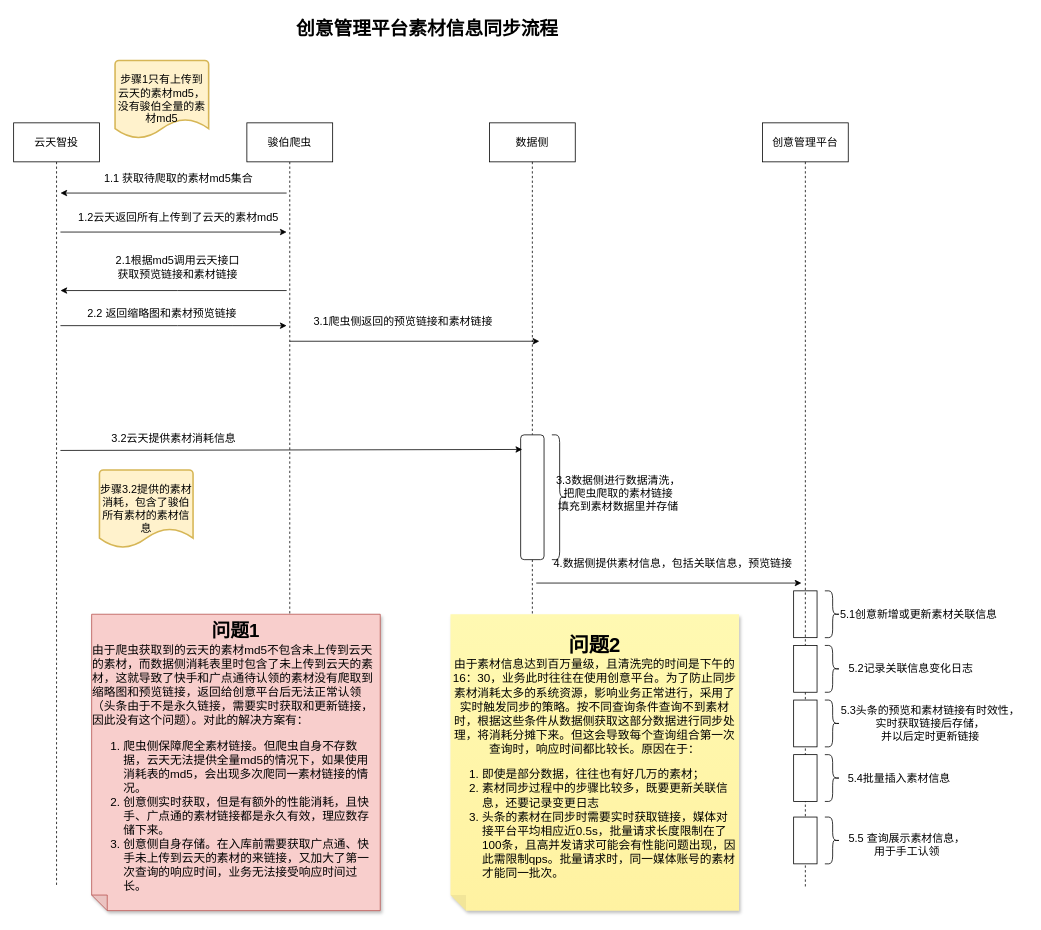
Willhow-Gao/drawIOStore keeps this draw.io diagram as 创意素材手工认领.drawio. Above is the earlier version. Source tidied: cells renumbered, new cells numbered last; positions are measured from the earlier drawing's top-left corner, leaving out a move shared by most shapes. Both pictures are drawn from the tidied source at 78%, with x=0, y=0 at pixel (13, 13).
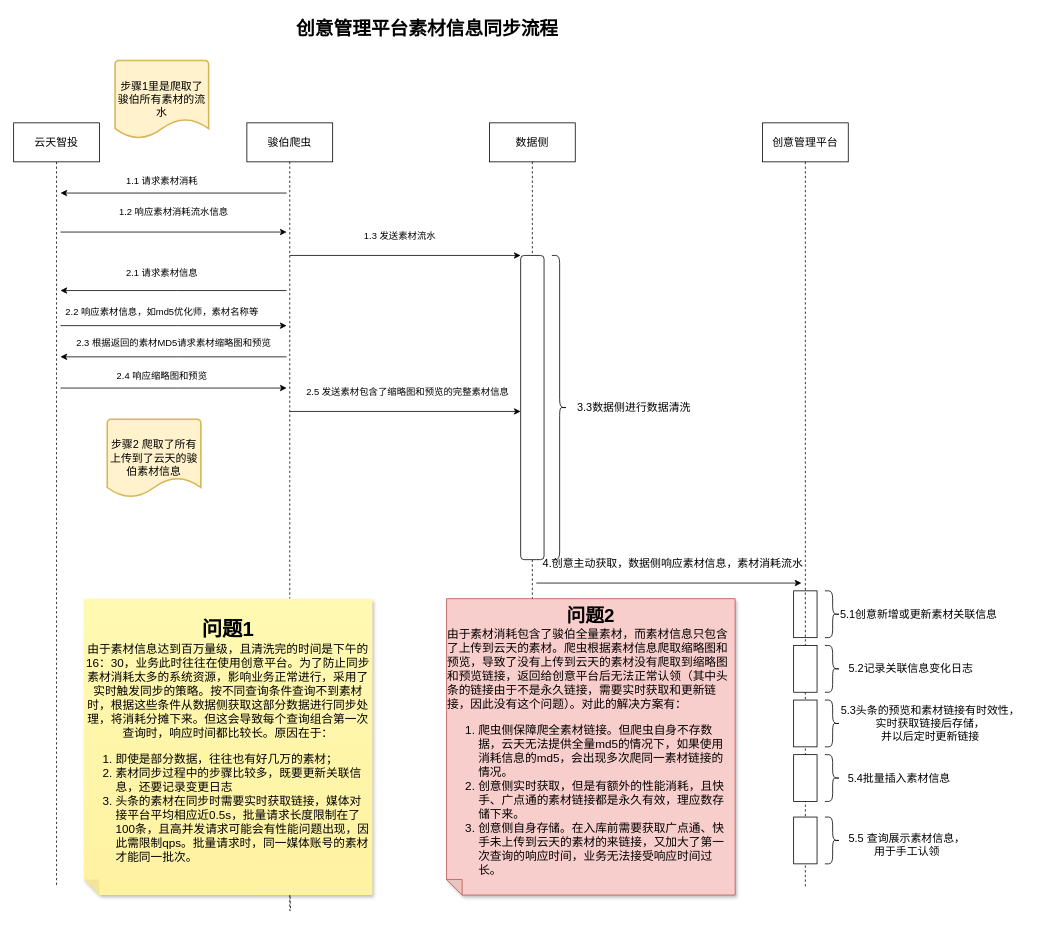
After the change.

Commit message:
更新创意素材手工认领.drawio

Unchanged cells that the change refers to:
```xml
<mxCell id="5" value="&lt;font style=&quot;font-size: 14px;&quot;&gt;骏伯爬虫&lt;/font&gt;" style="rounded=0;whiteSpace=wrap;html=1;" parent="1" vertex="1">
  <mxGeometry x="299" y="140" width="110" height="50" as="geometry" />
</mxCell>
<mxCell id="10" style="endArrow=classic;html=1;rounded=0;" parent="1" edge="1">
  <mxGeometry relative="1" as="geometry">
    <mxPoint x="60" y="280" as="sourcePoint" />
    <mxPoint x="350" y="280" as="targetPoint" />
  </mxGeometry>
</mxCell>
<mxCell id="45" style="endArrow=none;html=1;rounded=0;startArrow=classic;startFill=1;endFill=0;" parent="1" edge="1">
  <mxGeometry relative="1" as="geometry">
    <mxPoint x="60" y="230" as="sourcePoint" />
    <mxPoint x="350" y="230" as="targetPoint" />
  </mxGeometry>
</mxCell>
```

Change to the diagram source:
```diff
@@
-    <mxCell id="4" style="edgeStyle=orthogonalEdgeStyle;rounded=0;jettySize=auto;html=1;dashed=1;endArrow=none;endFill=0;" parent="1" edge="1" source="5">
+    <mxCell id="4" style="edgeStyle=orthogonalEdgeStyle;rounded=0;jettySize=auto;html=1;dashed=1;endArrow=none;endFill=0;" parent="1" edge="1" source="43">
       <mxGeometry relative="1" as="geometry">
         <mxPoint x="354" y="1120" as="targetPoint" />
+        <Array as="points">
+          <mxPoint x="354" y="1150" />
+          <mxPoint x="355" y="1150" />
+        </Array>
       </mxGeometry>
     </mxCell>
@@
-    <mxCell id="11" value="&lt;font style=&quot;font-size: 14px;&quot;&gt;1.2云天返回所有上传到了云天的素材md5&lt;/font&gt;" style="edgeLabel;html=1;align=center;verticalAlign=middle;" parent="10" vertex="1">
-      <mxGeometry x="-0.33" y="-1" relative="1" as="geometry">
-        <mxPoint x="53" y="-21" as="offset" />
-      </mxGeometry>
-    </mxCell>
@@
-    <mxCell id="13" value="&lt;font style=&quot;font-size: 14px;&quot;&gt;2.1根据md5调用云天接口&lt;br&gt;获取预览链接和素材链接&lt;/font&gt;" style="text;html=1;align=center;verticalAlign=middle;strokeColor=none;fillColor=none;" parent="1" vertex="1">
-      <mxGeometry x="120" y="300" width="180" height="50" as="geometry" />
-    </mxCell>
-    <mxCell id="14" style="endArrow=classic;html=1;rounded=0;" parent="1" edge="1">
-      <mxGeometry relative="1" as="geometry">
-        <mxPoint x="354" y="420" as="sourcePoint" />
-        <mxPoint x="674" y="420" as="targetPoint" />
-      </mxGeometry>
-    </mxCell>
-    <mxCell id="15" value="&lt;font style=&quot;font-size: 14px;&quot;&gt;3.1爬虫侧返回的预览链接和素材链接&lt;/font&gt;" style="text;html=1;align=center;verticalAlign=middle;strokeColor=none;fillColor=none;" parent="1" vertex="1">
-      <mxGeometry x="374" y="380" width="250" height="30" as="geometry" />
-    </mxCell>
@@
     <mxCell id="17" style="rounded=1;whiteSpace=wrap;html=1;" parent="1" vertex="1">
-      <mxGeometry x="650" y="540" width="30" height="160" as="geometry" />
+      <mxGeometry x="650" y="310" width="30" height="390" as="geometry" />
     </mxCell>
     <mxCell id="18" style="shape=curlyBracket;whiteSpace=wrap;html=1;rounded=1;flipH=1;labelPosition=right;verticalLabelPosition=middle;align=left;verticalAlign=middle;" parent="1" vertex="1">
-      <mxGeometry x="690" y="540" width="20" height="160" as="geometry" />
+      <mxGeometry x="690" y="310" width="20" height="390" as="geometry" />
     </mxCell>
-    <mxCell id="19" value="&lt;font style=&quot;font-size: 14px;&quot;&gt;3.3数据侧进行数据清洗，&lt;br&gt;把爬虫爬取的素材链接&lt;br&gt;填充到素材数据里并存储&lt;/font&gt;" style="text;html=1;align=center;verticalAlign=middle;strokeColor=none;fillColor=none;" parent="1" vertex="1">
-      <mxGeometry x="685" y="585" width="180" height="60" as="geometry" />
+    <mxCell id="19" value="&lt;font style=&quot;font-size: 14px;&quot;&gt;3.3数据侧进行数据清洗&lt;/font&gt;" style="text;html=1;align=center;verticalAlign=middle;strokeColor=none;fillColor=none;" parent="1" vertex="1">
+      <mxGeometry x="710" y="490" width="170" height="30" as="geometry" />
     </mxCell>
-    <mxCell id="20" style="endArrow=none;html=1;rounded=0;startArrow=classic;startFill=1;endFill=0;exitX=0.067;exitY=0.117;exitDx=0;exitDy=0;exitPerimeter=0;" parent="1" edge="1" source="17">
-      <mxGeometry relative="1" as="geometry">
-        <mxPoint x="60" y="560" as="targetPoint" />
-      </mxGeometry>
-    </mxCell>
-    <mxCell id="21" value="&lt;font style=&quot;font-size: 14px;&quot;&gt;3.2云天提供素材消耗信息&lt;/font&gt;" style="text;html=1;align=center;verticalAlign=middle;strokeColor=none;fillColor=none;" parent="1" vertex="1">
-      <mxGeometry x="115" y="530" width="180" height="30" as="geometry" />
-    </mxCell>
@@
-    <mxCell id="23" value="&lt;font style=&quot;font-size: 14px;&quot;&gt;4.数据侧提供素材信息，包括关联信息，预览链接&lt;/font&gt;" style="text;html=1;align=center;verticalAlign=middle;strokeColor=none;fillColor=none;" parent="1" vertex="1">
-      <mxGeometry x="680" y="690" width="330" height="30" as="geometry" />
+    <mxCell id="23" value="&lt;font style=&quot;font-size: 14px;&quot;&gt;4.创意主动获取，数据侧响应素材信息，素材消耗流水&lt;/font&gt;" style="text;html=1;align=center;verticalAlign=middle;strokeColor=none;fillColor=none;" parent="1" vertex="1">
+      <mxGeometry x="665" y="690" width="360" height="30" as="geometry" />
     </mxCell>
-    <mxCell id="24" value="&lt;font style=&quot;font-size: 14px;&quot;&gt;步骤1只有上传到云天的素材md5，没有骏伯全量的素材md5&lt;/font&gt;" style="strokeWidth=2;html=1;shape=mxgraph.flowchart.document2;whiteSpace=wrap;size=0.25;fillColor=#fff2cc;strokeColor=#d6b656;" parent="1" vertex="1">
+    <mxCell id="24" value="&lt;font style=&quot;font-size: 14px;&quot;&gt;步骤1里是爬取了骏伯所有素材的流水&lt;/font&gt;" style="strokeWidth=2;html=1;shape=mxgraph.flowchart.document2;whiteSpace=wrap;size=0.25;fillColor=#fff2cc;strokeColor=#d6b656;" parent="1" vertex="1">
       <mxGeometry x="130" y="60" width="120" height="100" as="geometry" />
     </mxCell>
-    <mxCell id="25" value="&lt;font style=&quot;font-size: 14px;&quot;&gt;步骤3.2提供的素材消耗，包含了骏伯所有素材的素材信息&lt;/font&gt;" style="strokeWidth=2;html=1;shape=mxgraph.flowchart.document2;whiteSpace=wrap;size=0.25;fillColor=#fff2cc;strokeColor=#d6b656;" parent="1" vertex="1">
-      <mxGeometry x="110" y="585" width="120" height="100" as="geometry" />
+    <mxCell id="25" value="&lt;font style=&quot;font-size: 14px;&quot;&gt;步骤2 爬取了所有上传到了云天的骏伯素材信息&lt;/font&gt;" style="strokeWidth=2;html=1;shape=mxgraph.flowchart.document2;whiteSpace=wrap;size=0.25;fillColor=#fff2cc;strokeColor=#d6b656;" parent="1" vertex="1">
+      <mxGeometry x="120" y="520" width="120" height="100" as="geometry" />
     </mxCell>
@@
-    <mxCell id="43" value="&lt;div style=&quot;border-color: var(--border-color);&quot;&gt;&lt;b style=&quot;border-color: var(--border-color);&quot;&gt;&lt;font style=&quot;border-color: var(--border-color); font-size: 26px;&quot;&gt;问题2&lt;/font&gt;&lt;/b&gt;&lt;/div&gt;&lt;font style=&quot;border-color: var(--border-color); text-align: left; font-size: 15px;&quot;&gt;由于素材信息达到百万量级，且清洗完的时间是下午的16：30，业务此时往往在使用创意平台。为了防止同步素材消耗太多的系统资源，影响业务正常进行，采用了实时触发同步的策略。按不同查询条件查询不到素材时，根据这些条件从数据侧获取这部分数据进行同步处理，将消耗分摊下来。但这会导致每个查询组合第一次查询时，响应时间都比较长。原因在于：&lt;br style=&quot;border-color: var(--border-color);&quot;&gt;&lt;/font&gt;&lt;ol style=&quot;border-color: var(--border-color); text-align: left; font-size: 15px;&quot;&gt;&lt;li style=&quot;border-color: var(--border-color);&quot;&gt;&lt;font style=&quot;border-color: var(--border-color);&quot;&gt;即使是部分数据，往往也有好几万的素材；&lt;br style=&quot;border-color: var(--border-color);&quot;&gt;&lt;/font&gt;&lt;/li&gt;&lt;li style=&quot;border-color: var(--border-color);&quot;&gt;&lt;font style=&quot;border-color: var(--border-color);&quot;&gt;素材同步过程中的步骤比较多，既要更新关联信息，还要记录变更日志&lt;/font&gt;&lt;/li&gt;&lt;li style=&quot;border-color: var(--border-color);&quot;&gt;&lt;font style=&quot;border-color: var(--border-color);&quot;&gt;头条的素材在同步时需要实时获取链接，媒体对接平台平均相应近0.5s，批量请求长度限制在了100条，且高并发请求可能会有性能问题出现，因此需限制qps。批量请求时，同一媒体账号的素材才能同一批次。&lt;/font&gt;&lt;/li&gt;&lt;/ol&gt;" style="shape=note;whiteSpace=wrap;html=1;backgroundOutline=1;fontColor=#000000;darkOpacity=0.05;fillColor=#FFF9B2;strokeColor=none;fillStyle=solid;direction=west;gradientDirection=north;gradientColor=#FFF2A1;shadow=1;size=20;" parent="1" vertex="1">
-      <mxGeometry x="560" y="770" width="370" height="380" as="geometry" />
-    </mxCell>
-    <mxCell id="44" value="&lt;div style=&quot;border-color: var(--border-color);&quot;&gt;&lt;font style=&quot;border-color: var(--border-color);&quot;&gt;&lt;b style=&quot;border-color: var(--border-color); font-size: 24px;&quot;&gt;问题1&lt;/b&gt;&lt;/font&gt;&lt;br style=&quot;border-color: var(--border-color);&quot;&gt;&lt;div style=&quot;border-color: var(--border-color); text-align: left; font-size: 15px;&quot;&gt;由于爬虫获取到的云天的素材md5不包含未上传到云天的素材，而数据侧消耗表里时包含了未上传到云天的素材，这就导致了快手和广点通待认领的素材没有爬取到缩略图和预览链接，返回给创意平台后无法正常认领（头条由于不是永久链接，需要实时获取和更新链接，因此没有这个问题）。对此的解决方案有：&lt;/div&gt;&lt;div style=&quot;border-color: var(--border-color); text-align: left; font-size: 15px;&quot;&gt;&lt;ol style=&quot;border-color: var(--border-color);&quot;&gt;&lt;li style=&quot;border-color: var(--border-color);&quot;&gt;爬虫侧保障爬全素材链接。但爬虫自身不存数据，云天无法提供全量md5的情况下，如果使用消耗表的md5，会出现多次爬同一素材链接的情况。&lt;/li&gt;&lt;li style=&quot;border-color: var(--border-color);&quot;&gt;&lt;span style=&quot;border-color: var(--border-color); background-color: initial;&quot;&gt;创意侧实时获取，但是有额外的性能消耗，且快手、广点通的素材链接都是永久有效，理应数存储下来。&lt;/span&gt;&lt;/li&gt;&lt;li style=&quot;border-color: var(--border-color);&quot;&gt;&lt;span style=&quot;border-color: var(--border-color); background-color: initial;&quot;&gt;创意侧自身存储。在入库前需要获取广点通、快手未上传到云天的素材的来链接，又加大了第一次查询的响应时间，业务无法接受响应时间过长。&lt;/span&gt;&lt;/li&gt;&lt;/ol&gt;&lt;/div&gt;&lt;/div&gt;" style="shape=note;whiteSpace=wrap;html=1;backgroundOutline=1;darkOpacity=0.05;fillColor=#f8cecc;strokeColor=#b85450;fillStyle=solid;direction=west;gradientDirection=north;shadow=1;size=20;" parent="1" vertex="1">
-      <mxGeometry x="100" y="770" width="370" height="380" as="geometry" />
+    <mxCell id="44" value="&lt;div style=&quot;border-color: var(--border-color);&quot;&gt;&lt;font style=&quot;border-color: var(--border-color);&quot;&gt;&lt;b style=&quot;border-color: var(--border-color); font-size: 24px;&quot;&gt;问题2&lt;/b&gt;&lt;/font&gt;&lt;br style=&quot;border-color: var(--border-color);&quot;&gt;&lt;div style=&quot;border-color: var(--border-color); text-align: left; font-size: 15px;&quot;&gt;由于素材消耗包含了骏伯全量素材&lt;span style=&quot;background-color: initial;&quot;&gt;，而素材信息只包含了上传到云天的素材。爬虫根据素材信息爬取缩略图和预览，导致了没有上传到云天的素材没有爬取到缩略图和预览链接，返回给创意平台后无法正常认领（其中头条的链接由于不是永久链接，需要实时获取和更新链接，因此没有这个问题）。对此的解决方案有：&lt;/span&gt;&lt;/div&gt;&lt;div style=&quot;border-color: var(--border-color); text-align: left; font-size: 15px;&quot;&gt;&lt;ol style=&quot;border-color: var(--border-color);&quot;&gt;&lt;li style=&quot;border-color: var(--border-color);&quot;&gt;爬虫侧保障爬全素材链接。但爬虫自身不存数据，云天无法提供全量md5的情况下，如果使用消耗信息的md5，会出现多次爬同一素材链接的情况。&lt;/li&gt;&lt;li style=&quot;border-color: var(--border-color);&quot;&gt;&lt;span style=&quot;border-color: var(--border-color); background-color: initial;&quot;&gt;创意侧实时获取，但是有额外的性能消耗，且快手、广点通的素材链接都是永久有效，理应数存储下来。&lt;/span&gt;&lt;/li&gt;&lt;li style=&quot;border-color: var(--border-color);&quot;&gt;&lt;span style=&quot;border-color: var(--border-color); background-color: initial;&quot;&gt;创意侧自身存储。在入库前需要获取广点通、快手未上传到云天的素材的来链接，又加大了第一次查询的响应时间，业务无法接受响应时间过长。&lt;/span&gt;&lt;/li&gt;&lt;/ol&gt;&lt;/div&gt;&lt;/div&gt;" style="shape=note;whiteSpace=wrap;html=1;backgroundOutline=1;darkOpacity=0.05;fillColor=#f8cecc;strokeColor=#b85450;fillStyle=solid;direction=west;gradientDirection=north;shadow=1;size=20;" parent="1" vertex="1">
+      <mxGeometry x="555" y="750" width="370" height="380" as="geometry" />
     </mxCell>
@@
-    <mxCell id="46" value="&lt;font style=&quot;font-size: 14px;&quot;&gt;1.1 获取待爬取的素材md5集合&lt;/font&gt;" style="edgeLabel;html=1;align=center;verticalAlign=middle;" parent="45" vertex="1">
-      <mxGeometry x="-0.33" y="-1" relative="1" as="geometry">
-        <mxPoint x="53" y="-21" as="offset" />
-      </mxGeometry>
-    </mxCell>
@@
-    <mxCell id="48" value="&lt;font style=&quot;font-size: 14px;&quot;&gt;2.2 返回缩略图和素材预览链接&lt;/font&gt;" style="text;html=1;align=center;verticalAlign=middle;strokeColor=none;fillColor=none;" parent="1" vertex="1">
-      <mxGeometry x="85" y="370" width="210" height="30" as="geometry" />
-    </mxCell>
+    <mxCell id="49" value="1.1 请求素材消耗" style="text;html=1;align=center;verticalAlign=middle;strokeColor=none;fillColor=none;" parent="1" vertex="1">
+      <mxGeometry x="130" y="200" width="120" height="30" as="geometry" />
+    </mxCell>
+    <mxCell id="50" value="1.2 响应素材消耗流水信息" style="text;html=1;align=center;verticalAlign=middle;strokeColor=none;fillColor=none;" parent="1" vertex="1">
+      <mxGeometry x="125" y="240" width="160" height="30" as="geometry" />
+    </mxCell>
+    <mxCell id="51" value="2.1 请求素材信息" style="text;html=1;align=center;verticalAlign=middle;strokeColor=none;fillColor=none;" parent="1" vertex="1">
+      <mxGeometry x="130" y="318" width="120" height="30" as="geometry" />
+    </mxCell>
+    <mxCell id="52" value="2.2 响应素材信息，如md5优化师，素材名称等" style="text;html=1;align=center;verticalAlign=middle;strokeColor=none;fillColor=none;" parent="1" vertex="1">
+      <mxGeometry x="55" y="368" width="270" height="30" as="geometry" />
+    </mxCell>
+    <mxCell id="53" style="endArrow=classic;html=1;rounded=0;" parent="1" edge="1">
+      <mxGeometry relative="1" as="geometry">
+        <mxPoint x="354" y="310" as="sourcePoint" />
+        <mxPoint x="650" y="310" as="targetPoint" />
+      </mxGeometry>
+    </mxCell>
+    <mxCell id="54" value="1.3 发送素材流水" style="text;html=1;align=center;verticalAlign=middle;strokeColor=none;fillColor=none;" parent="1" vertex="1">
+      <mxGeometry x="435" y="270" width="120" height="30" as="geometry" />
+    </mxCell>
+    <mxCell id="55" style="endArrow=none;html=1;rounded=0;startArrow=classic;startFill=1;endFill=0;" parent="1" edge="1">
+      <mxGeometry relative="1" as="geometry">
+        <mxPoint x="60" y="440" as="sourcePoint" />
+        <mxPoint x="350" y="440" as="targetPoint" />
+        <Array as="points">
+          <mxPoint x="210" y="440" />
+        </Array>
+      </mxGeometry>
+    </mxCell>
+    <mxCell id="56" value="2.3 根据返回的素材MD5请求素材缩略图和预览" style="text;html=1;align=center;verticalAlign=middle;strokeColor=none;fillColor=none;" parent="1" vertex="1">
+      <mxGeometry x="70" y="408" width="270" height="30" as="geometry" />
+    </mxCell>
+    <mxCell id="57" style="endArrow=classic;html=1;rounded=0;startArrow=none;startFill=0;endFill=1;" parent="1" edge="1">
+      <mxGeometry relative="1" as="geometry">
+        <mxPoint x="60" y="480" as="sourcePoint" />
+        <mxPoint x="350" y="480" as="targetPoint" />
+        <Array as="points">
+          <mxPoint x="210" y="480" />
+          <mxPoint x="280" y="480" />
+        </Array>
+      </mxGeometry>
+    </mxCell>
+    <mxCell id="58" value="2.4 响应缩略图和预览" style="text;html=1;align=center;verticalAlign=middle;strokeColor=none;fillColor=none;" parent="1" vertex="1">
+      <mxGeometry x="120" y="450" width="140" height="30" as="geometry" />
+    </mxCell>
+    <mxCell id="59" style="endArrow=classic;html=1;rounded=0;" parent="1" edge="1">
+      <mxGeometry relative="1" as="geometry">
+        <mxPoint x="354" y="510" as="sourcePoint" />
+        <mxPoint x="650" y="510" as="targetPoint" />
+      </mxGeometry>
+    </mxCell>
+    <mxCell id="60" value="2.5 发送素材包含了缩略图和预览的完整素材信息" style="text;html=1;align=center;verticalAlign=middle;strokeColor=none;fillColor=none;" parent="1" vertex="1">
+      <mxGeometry x="365" y="470" width="280" height="30" as="geometry" />
+    </mxCell>
+    <mxCell id="61" style="edgeStyle=orthogonalEdgeStyle;rounded=0;jettySize=auto;html=1;dashed=1;endArrow=none;endFill=0;" parent="1" edge="1" source="5" target="43">
+      <mxGeometry relative="1" as="geometry">
+        <Array as="points">
+          <mxPoint x="354" y="600" />
+          <mxPoint x="354" y="600" />
+        </Array>
+      </mxGeometry>
+    </mxCell>
+    <mxCell id="43" value="&lt;div style=&quot;border-color: var(--border-color);&quot;&gt;&lt;b style=&quot;border-color: var(--border-color);&quot;&gt;&lt;font style=&quot;border-color: var(--border-color); font-size: 26px;&quot;&gt;问题1&lt;/font&gt;&lt;/b&gt;&lt;/div&gt;&lt;font style=&quot;border-color: var(--border-color); text-align: left; font-size: 15px;&quot;&gt;由于素材信息达到百万量级，且清洗完的时间是下午的16：30，业务此时往往在使用创意平台。为了防止同步素材消耗太多的系统资源，影响业务正常进行，采用了实时触发同步的策略。按不同查询条件查询不到素材时，根据这些条件从数据侧获取这部分数据进行同步处理，将消耗分摊下来。但这会导致每个查询组合第一次查询时，响应时间都比较长。原因在于：&lt;br style=&quot;border-color: var(--border-color);&quot;&gt;&lt;/font&gt;&lt;ol style=&quot;border-color: var(--border-color); text-align: left; font-size: 15px;&quot;&gt;&lt;li style=&quot;border-color: var(--border-color);&quot;&gt;&lt;font style=&quot;border-color: var(--border-color);&quot;&gt;即使是部分数据，往往也有好几万的素材；&lt;br style=&quot;border-color: var(--border-color);&quot;&gt;&lt;/font&gt;&lt;/li&gt;&lt;li style=&quot;border-color: var(--border-color);&quot;&gt;&lt;font style=&quot;border-color: var(--border-color);&quot;&gt;素材同步过程中的步骤比较多，既要更新关联信息，还要记录变更日志&lt;/font&gt;&lt;/li&gt;&lt;li style=&quot;border-color: var(--border-color);&quot;&gt;&lt;font style=&quot;border-color: var(--border-color);&quot;&gt;头条的素材在同步时需要实时获取链接，媒体对接平台平均相应近0.5s，批量请求长度限制在了100条，且高并发请求可能会有性能问题出现，因此需限制qps。批量请求时，同一媒体账号的素材才能同一批次。&lt;/font&gt;&lt;/li&gt;&lt;/ol&gt;" style="shape=note;whiteSpace=wrap;html=1;backgroundOutline=1;fontColor=#000000;darkOpacity=0.05;fillColor=#FFF9B2;strokeColor=none;fillStyle=solid;direction=west;gradientDirection=north;gradientColor=#FFF2A1;shadow=1;size=20;" parent="1" vertex="1">
+      <mxGeometry x="90" y="750" width="370" height="380" as="geometry" />
+    </mxCell>
```
